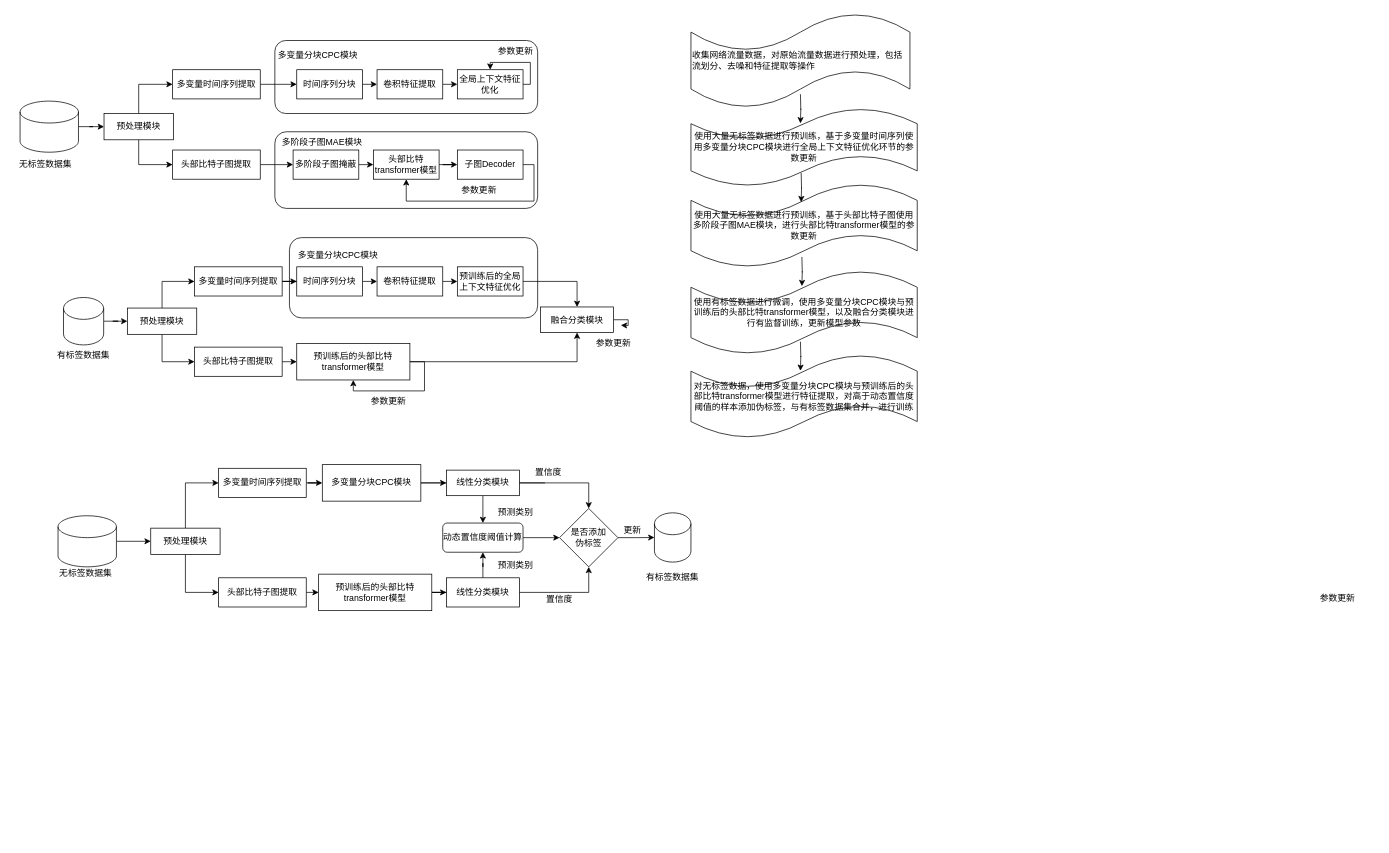
This is 未命名绘图.drawio from litchiz/idshwk2, a draw.io file, before an edit. Source tidied: cells renumbered, new cells numbered last; positions are measured from the earlier drawing's top-left corner, leaving out a move shared by most shapes. Both pictures are drawn from the tidied source at 73%, with x=0, y=0 at pixel (12, 12).
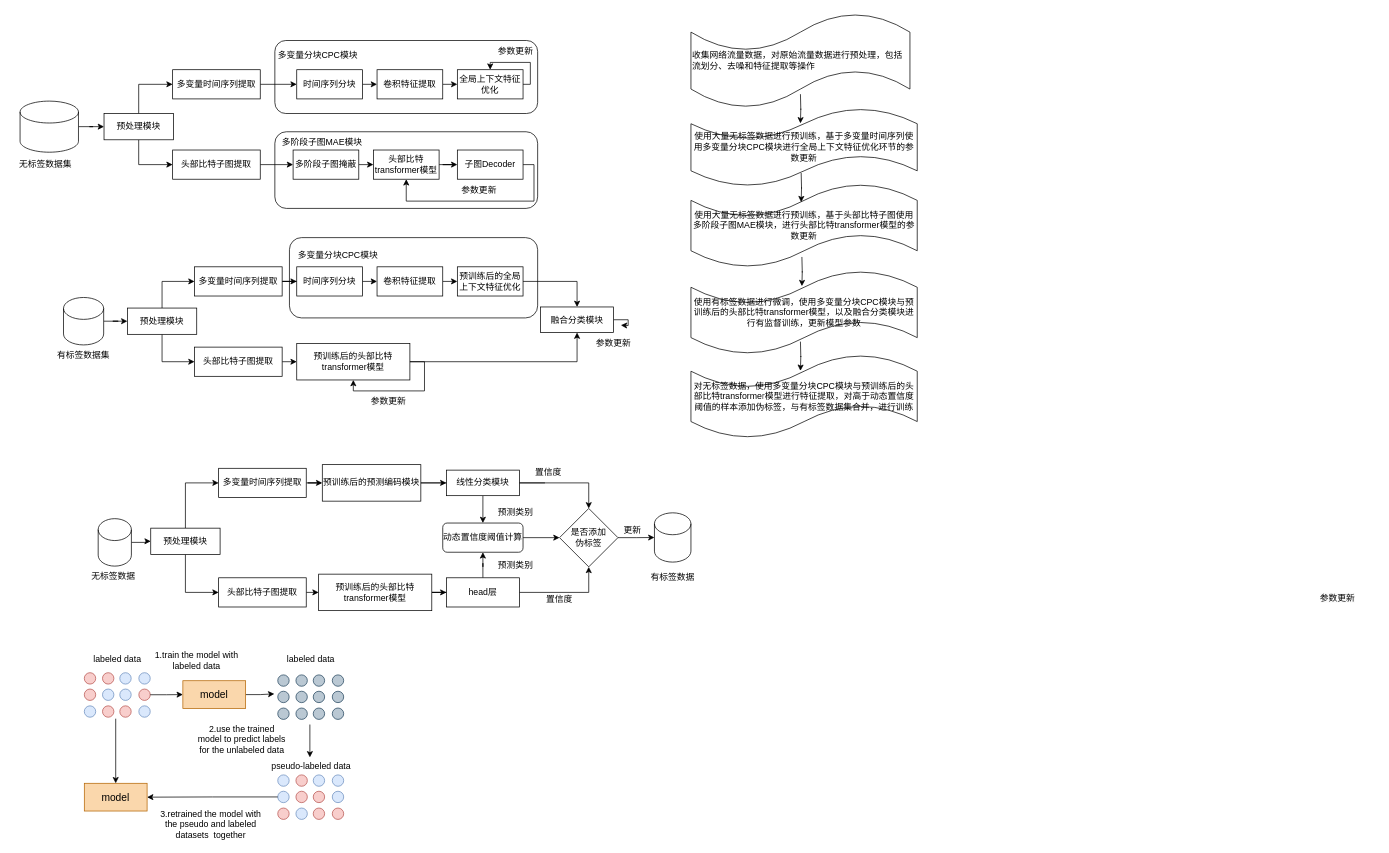
After the change.

Commit message:
更新未命名绘图.drawio

Diff of the diagram source:
```diff
@@
     <mxCell id="44" style="shape=cylinder3;whiteSpace=wrap;html=1;boundedLbl=1;backgroundOutline=1;size=15;" parent="1" vertex="1">
-      <mxGeometry x="62" y="689" width="80" height="70" as="geometry" />
+      <mxGeometry x="117" y="693" width="45.5" height="65" as="geometry" />
     </mxCell>
-    <mxCell id="45" value="无标签数据集" style="text;html=1;align=center;verticalAlign=middle;whiteSpace=wrap;rounded=0;" parent="1" vertex="1">
-      <mxGeometry x="55" y="752.5" width="90" height="30" as="geometry" />
+    <mxCell id="45" value="无标签数据" style="text;html=1;align=center;verticalAlign=middle;whiteSpace=wrap;rounded=0;" parent="1" vertex="1">
+      <mxGeometry x="93" y="757" width="90" height="30" as="geometry" />
     </mxCell>
@@
-    <mxCell id="58" value="线性分类模块" style="rounded=0;whiteSpace=wrap;html=1;" parent="1" vertex="1">
+    <mxCell id="58" value="head层" style="rounded=0;whiteSpace=wrap;html=1;" parent="1" vertex="1">
       <mxGeometry x="594" y="774" width="100" height="40" as="geometry" />
     </mxCell>
@@
-    <mxCell id="67" value="多变量分块CPC模块" style="rounded=0;whiteSpace=wrap;html=1;" parent="1" vertex="1">
+    <mxCell id="67" value="预训练后的预测编码模块" style="rounded=0;whiteSpace=wrap;html=1;" parent="1" vertex="1">
       <mxGeometry x="424" y="619" width="135" height="50" as="geometry" />
     </mxCell>
@@
-    <mxCell id="69" value="有标签数据集" style="text;html=1;align=center;verticalAlign=middle;whiteSpace=wrap;rounded=0;" parent="1" vertex="1">
+    <mxCell id="69" value="有标签数据" style="text;html=1;align=center;verticalAlign=middle;whiteSpace=wrap;rounded=0;" parent="1" vertex="1">
       <mxGeometry x="859" y="759" width="90" height="30" as="geometry" />
     </mxCell>
@@
+    <mxCell id="96" style="group;" parent="1" vertex="1">
+      <mxGeometry x="98" y="904" width="92" height="61" as="geometry" />
+    </mxCell>
+    <mxCell id="97" style="ellipse;whiteSpace=wrap;html=1;fillColor=#f8cecc;strokeColor=#b85450;" parent="96" vertex="1">
+      <mxGeometry width="15.6" height="15.6" as="geometry" />
+    </mxCell>
+    <mxCell id="98" style="ellipse;whiteSpace=wrap;html=1;fillColor=#f8cecc;strokeColor=#b85450;" parent="96" vertex="1">
+      <mxGeometry x="24.9" width="15.6" height="15.6" as="geometry" />
+    </mxCell>
+    <mxCell id="99" style="ellipse;whiteSpace=wrap;html=1;fillColor=#dae8fc;strokeColor=#6c8ebf;" parent="96" vertex="1">
+      <mxGeometry x="48.6" width="15.6" height="15.6" as="geometry" />
+    </mxCell>
+    <mxCell id="100" style="ellipse;whiteSpace=wrap;html=1;fillColor=#dae8fc;strokeColor=#6c8ebf;" parent="96" vertex="1">
+      <mxGeometry x="74.7" width="15.6" height="15.6" as="geometry" />
+    </mxCell>
+    <mxCell id="101" style="ellipse;whiteSpace=wrap;html=1;fillColor=#f8cecc;strokeColor=#b85450;" parent="96" vertex="1">
+      <mxGeometry y="22.4" width="15.6" height="15.6" as="geometry" />
+    </mxCell>
+    <mxCell id="102" style="ellipse;whiteSpace=wrap;html=1;fillColor=#dae8fc;strokeColor=#6c8ebf;" parent="96" vertex="1">
+      <mxGeometry x="24.9" y="22.4" width="15.6" height="15.6" as="geometry" />
+    </mxCell>
+    <mxCell id="103" style="ellipse;whiteSpace=wrap;html=1;fillColor=#dae8fc;strokeColor=#6c8ebf;" parent="96" vertex="1">
+      <mxGeometry x="48.6" y="22.4" width="15.6" height="15.6" as="geometry" />
+    </mxCell>
+    <mxCell id="104" style="ellipse;whiteSpace=wrap;html=1;fillColor=#f8cecc;strokeColor=#b85450;" parent="96" vertex="1">
+      <mxGeometry x="74.7" y="22.4" width="15.6" height="15.6" as="geometry" />
+    </mxCell>
+    <mxCell id="105" style="ellipse;whiteSpace=wrap;html=1;fillColor=#dae8fc;strokeColor=#6c8ebf;" parent="96" vertex="1">
+      <mxGeometry y="45.4" width="15.6" height="15.6" as="geometry" />
+    </mxCell>
+    <mxCell id="106" style="ellipse;whiteSpace=wrap;html=1;fillColor=#f8cecc;strokeColor=#b85450;" parent="96" vertex="1">
+      <mxGeometry x="24.9" y="45.4" width="15.6" height="15.6" as="geometry" />
+    </mxCell>
+    <mxCell id="107" style="ellipse;whiteSpace=wrap;html=1;fillColor=#f8cecc;strokeColor=#b85450;" parent="96" vertex="1">
+      <mxGeometry x="48.6" y="45.4" width="15.6" height="15.6" as="geometry" />
+    </mxCell>
+    <mxCell id="108" style="ellipse;whiteSpace=wrap;html=1;fillColor=#dae8fc;strokeColor=#6c8ebf;" parent="96" vertex="1">
+      <mxGeometry x="74.7" y="45.4" width="15.6" height="15.6" as="geometry" />
+    </mxCell>
+    <mxCell id="109" value="labeled data" style="text;html=1;align=center;verticalAlign=middle;whiteSpace=wrap;rounded=0;" parent="1" vertex="1">
+      <mxGeometry x="90" y="872" width="107" height="27" as="geometry" />
+    </mxCell>
+    <mxCell id="110" style="group;" parent="1" vertex="1">
+      <mxGeometry x="363" y="907" width="92" height="61" as="geometry" />
+    </mxCell>
+    <mxCell id="111" style="ellipse;whiteSpace=wrap;html=1;fillColor=#bac8d3;strokeColor=#23445d;" parent="110" vertex="1">
+      <mxGeometry width="15.6" height="15.6" as="geometry" />
+    </mxCell>
+    <mxCell id="112" style="ellipse;whiteSpace=wrap;html=1;fillColor=#bac8d3;strokeColor=#23445d;" parent="110" vertex="1">
+      <mxGeometry x="24.9" width="15.6" height="15.6" as="geometry" />
+    </mxCell>
+    <mxCell id="113" style="ellipse;whiteSpace=wrap;html=1;fillColor=#bac8d3;strokeColor=#23445d;" parent="110" vertex="1">
+      <mxGeometry x="48.6" width="15.6" height="15.6" as="geometry" />
+    </mxCell>
+    <mxCell id="114" style="ellipse;whiteSpace=wrap;html=1;fillColor=#bac8d3;strokeColor=#23445d;" parent="110" vertex="1">
+      <mxGeometry x="74.7" width="15.6" height="15.6" as="geometry" />
+    </mxCell>
+    <mxCell id="115" style="ellipse;whiteSpace=wrap;html=1;fillColor=#bac8d3;strokeColor=#23445d;" parent="110" vertex="1">
+      <mxGeometry y="22.4" width="15.6" height="15.6" as="geometry" />
+    </mxCell>
+    <mxCell id="116" style="ellipse;whiteSpace=wrap;html=1;fillColor=#bac8d3;strokeColor=#23445d;" parent="110" vertex="1">
+      <mxGeometry x="24.9" y="22.4" width="15.6" height="15.6" as="geometry" />
+    </mxCell>
+    <mxCell id="117" style="ellipse;whiteSpace=wrap;html=1;fillColor=#bac8d3;strokeColor=#23445d;" parent="110" vertex="1">
+      <mxGeometry x="48.6" y="22.4" width="15.6" height="15.6" as="geometry" />
+    </mxCell>
+    <mxCell id="118" style="ellipse;whiteSpace=wrap;html=1;fillColor=#bac8d3;strokeColor=#23445d;" parent="110" vertex="1">
+      <mxGeometry x="74.7" y="22.4" width="15.6" height="15.6" as="geometry" />
+    </mxCell>
+    <mxCell id="119" style="ellipse;whiteSpace=wrap;html=1;fillColor=#bac8d3;strokeColor=#23445d;" parent="110" vertex="1">
+      <mxGeometry y="45.4" width="15.6" height="15.6" as="geometry" />
+    </mxCell>
+    <mxCell id="120" style="ellipse;whiteSpace=wrap;html=1;fillColor=#bac8d3;strokeColor=#23445d;" parent="110" vertex="1">
+      <mxGeometry x="24.9" y="45.4" width="15.6" height="15.6" as="geometry" />
+    </mxCell>
+    <mxCell id="121" style="ellipse;whiteSpace=wrap;html=1;fillColor=#bac8d3;strokeColor=#23445d;" parent="110" vertex="1">
+      <mxGeometry x="48.6" y="45.4" width="15.6" height="15.6" as="geometry" />
+    </mxCell>
+    <mxCell id="122" style="ellipse;whiteSpace=wrap;html=1;fillColor=#bac8d3;strokeColor=#23445d;" parent="110" vertex="1">
+      <mxGeometry x="74.7" y="45.4" width="15.6" height="15.6" as="geometry" />
+    </mxCell>
+    <mxCell id="123" value="labeled data" style="text;html=1;align=center;verticalAlign=middle;whiteSpace=wrap;rounded=0;" parent="1" vertex="1">
+      <mxGeometry x="355" y="872" width="107" height="27" as="geometry" />
+    </mxCell>
+    <mxCell id="124" style="edgeStyle=orthogonalEdgeStyle;rounded=0;jettySize=auto;html=1;" parent="1" edge="1" source="125">
+      <mxGeometry relative="1" as="geometry">
+        <mxPoint x="358.3" y="933" as="targetPoint" />
+      </mxGeometry>
+    </mxCell>
+    <mxCell id="125" value="&lt;font style=&quot;font-size: 14px;&quot;&gt;model&lt;/font&gt;" style="rounded=0;whiteSpace=wrap;html=1;fillColor=#fad7ac;strokeColor=#b46504;" parent="1" vertex="1">
+      <mxGeometry x="233" y="915" width="86" height="38" as="geometry" />
+    </mxCell>
+    <mxCell id="126" style="edgeStyle=orthogonalEdgeStyle;rounded=0;jettySize=auto;html=1;entryX=0;entryY=0.5;entryDx=0;entryDy=0;" parent="1" edge="1" source="104" target="125">
+      <mxGeometry relative="1" as="geometry" />
+    </mxCell>
+    <mxCell id="127" value="1.train the model with labeled data" style="text;html=1;align=center;verticalAlign=middle;whiteSpace=wrap;rounded=0;" parent="1" vertex="1">
+      <mxGeometry x="190" y="864" width="124" height="47" as="geometry" />
+    </mxCell>
+    <mxCell id="128" value="2.use the trained model to predict labels for the unlabeled data" style="text;html=1;align=center;verticalAlign=middle;whiteSpace=wrap;rounded=0;" parent="1" vertex="1">
+      <mxGeometry x="252" y="972" width="124" height="47" as="geometry" />
+    </mxCell>
+    <mxCell id="129" style="endArrow=classic;html=1;rounded=0;" parent="1" edge="1">
+      <mxGeometry relative="1" as="geometry">
+        <mxPoint x="407" y="975" as="sourcePoint" />
+        <mxPoint x="407" y="1020" as="targetPoint" />
+      </mxGeometry>
+    </mxCell>
+    <mxCell id="130" style="group;" parent="1" vertex="1">
+      <mxGeometry x="363" y="1044" width="92" height="61" as="geometry" />
+    </mxCell>
+    <mxCell id="131" style="ellipse;whiteSpace=wrap;html=1;fillColor=#dae8fc;strokeColor=#6c8ebf;" parent="130" vertex="1">
+      <mxGeometry width="15.6" height="15.6" as="geometry" />
+    </mxCell>
+    <mxCell id="132" style="ellipse;whiteSpace=wrap;html=1;fillColor=#f8cecc;strokeColor=#b85450;" parent="130" vertex="1">
+      <mxGeometry x="24.9" width="15.6" height="15.6" as="geometry" />
+    </mxCell>
+    <mxCell id="133" style="ellipse;whiteSpace=wrap;html=1;fillColor=#dae8fc;strokeColor=#6c8ebf;" parent="130" vertex="1">
+      <mxGeometry x="48.6" width="15.6" height="15.6" as="geometry" />
+    </mxCell>
+    <mxCell id="134" style="ellipse;whiteSpace=wrap;html=1;fillColor=#dae8fc;strokeColor=#6c8ebf;" parent="130" vertex="1">
+      <mxGeometry x="74.7" width="15.6" height="15.6" as="geometry" />
+    </mxCell>
+    <mxCell id="135" style="ellipse;whiteSpace=wrap;html=1;fillColor=#dae8fc;strokeColor=#6c8ebf;" parent="130" vertex="1">
+      <mxGeometry y="22.4" width="15.6" height="15.6" as="geometry" />
+    </mxCell>
+    <mxCell id="136" style="ellipse;whiteSpace=wrap;html=1;fillColor=#f8cecc;strokeColor=#b85450;" parent="130" vertex="1">
+      <mxGeometry x="24.9" y="22.4" width="15.6" height="15.6" as="geometry" />
+    </mxCell>
+    <mxCell id="137" style="ellipse;whiteSpace=wrap;html=1;fillColor=#f8cecc;strokeColor=#b85450;" parent="130" vertex="1">
+      <mxGeometry x="48.6" y="22.4" width="15.6" height="15.6" as="geometry" />
+    </mxCell>
+    <mxCell id="138" style="ellipse;whiteSpace=wrap;html=1;fillColor=#dae8fc;strokeColor=#6c8ebf;" parent="130" vertex="1">
+      <mxGeometry x="74.7" y="22.4" width="15.6" height="15.6" as="geometry" />
+    </mxCell>
+    <mxCell id="139" style="ellipse;whiteSpace=wrap;html=1;fillColor=#f8cecc;strokeColor=#b85450;" parent="130" vertex="1">
+      <mxGeometry y="45.4" width="15.6" height="15.6" as="geometry" />
+    </mxCell>
+    <mxCell id="140" style="ellipse;whiteSpace=wrap;html=1;fillColor=#dae8fc;strokeColor=#6c8ebf;" parent="130" vertex="1">
+      <mxGeometry x="24.9" y="45.4" width="15.6" height="15.6" as="geometry" />
+    </mxCell>
+    <mxCell id="141" style="ellipse;whiteSpace=wrap;html=1;fillColor=#f8cecc;strokeColor=#b85450;" parent="130" vertex="1">
+      <mxGeometry x="48.6" y="45.4" width="15.6" height="15.6" as="geometry" />
+    </mxCell>
+    <mxCell id="142" style="ellipse;whiteSpace=wrap;html=1;fillColor=#f8cecc;strokeColor=#b85450;" parent="130" vertex="1">
+      <mxGeometry x="74.7" y="45.4" width="15.6" height="15.6" as="geometry" />
+    </mxCell>
+    <mxCell id="143" value="pseudo-labeled data" style="text;html=1;align=center;verticalAlign=middle;whiteSpace=wrap;rounded=0;" parent="1" vertex="1">
+      <mxGeometry x="342" y="1019" width="134" height="27" as="geometry" />
+    </mxCell>
+    <mxCell id="144" value="&lt;font style=&quot;font-size: 14px;&quot;&gt;model&lt;/font&gt;" style="rounded=0;whiteSpace=wrap;html=1;fillColor=#fad7ac;strokeColor=#b46504;" parent="1" vertex="1">
+      <mxGeometry x="98" y="1055.5" width="86" height="38" as="geometry" />
+    </mxCell>
+    <mxCell id="145" style="endArrow=classic;html=1;rounded=0;entryX=0.5;entryY=0;entryDx=0;entryDy=0;" parent="1" edge="1" target="144">
+      <mxGeometry relative="1" as="geometry">
+        <mxPoint x="141" y="967" as="sourcePoint" />
+      </mxGeometry>
+    </mxCell>
+    <mxCell id="146" style="edgeStyle=orthogonalEdgeStyle;rounded=0;jettySize=auto;html=1;" parent="1" edge="1" source="135" target="144">
+      <mxGeometry relative="1" as="geometry" />
+    </mxCell>
+    <mxCell id="147" value="3.retrained the model with the pseudo and labeled datasets&amp;nbsp; together" style="text;html=1;align=center;verticalAlign=middle;whiteSpace=wrap;rounded=0;" parent="1" vertex="1">
+      <mxGeometry x="197" y="1088" width="149" height="47" as="geometry" />
+    </mxCell>
```
